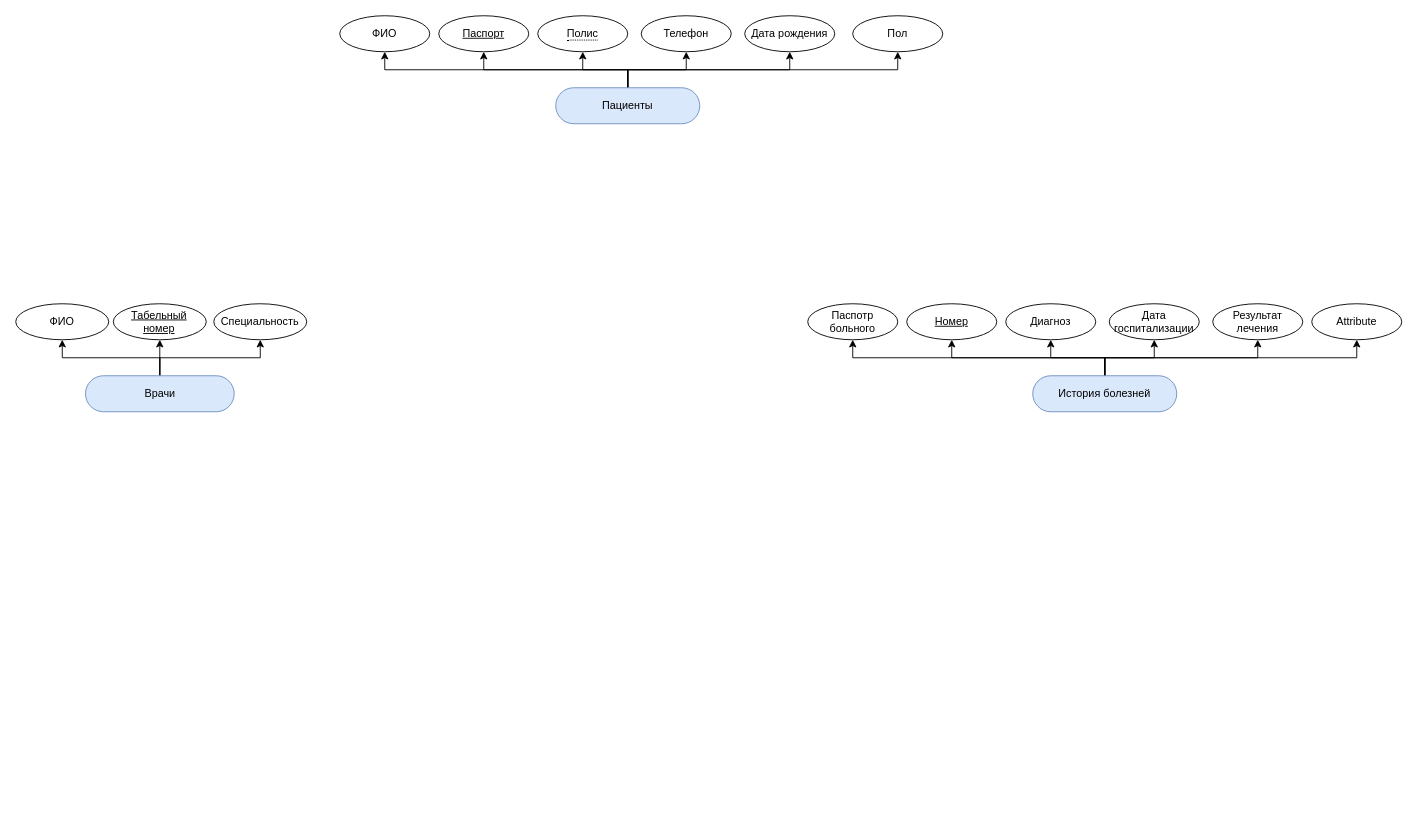
den-a-s/drawio-diagrams keeps this draw.io diagram as EntityRelation.drawio. Above is the earlier version. Source tidied: cells renumbered, new cells numbered last; positions are measured from the earlier drawing's top-left corner, leaving out a move shared by most shapes. Both pictures are drawn from the tidied source at 90%, with x=0, y=0 at pixel (15, 15).
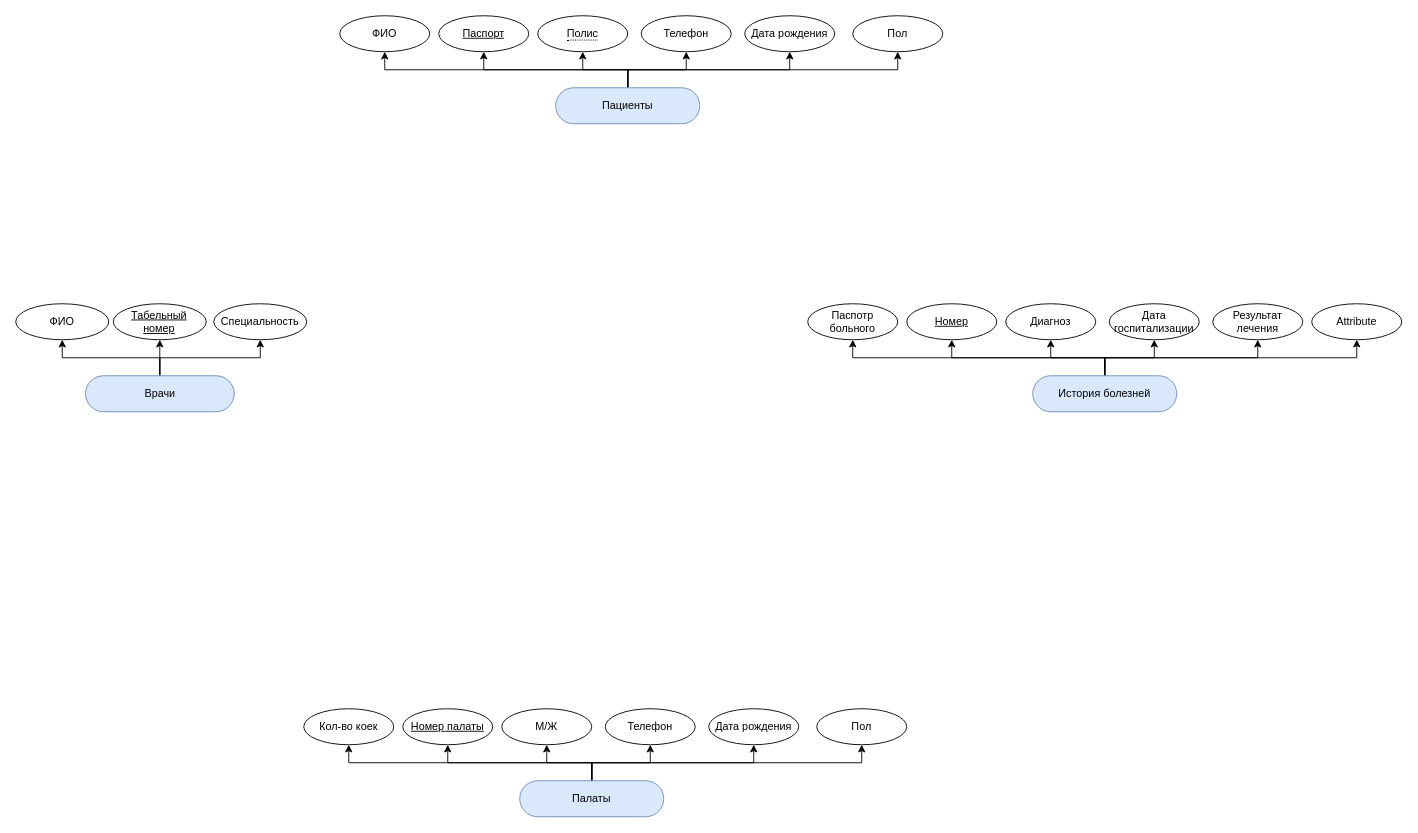
The same page after the edit.

Commit message:
Добавление нового отношения Палаты.

Change to the diagram source:
```diff
@@
+    <mxCell id="37" style="group;rounded=0;" parent="1" vertex="1">
+      <mxGeometry x="320" y="770" width="670" height="120" as="geometry" />
+    </mxCell>
+    <mxCell id="38" value="Номер палаты" style="ellipse;whiteSpace=wrap;html=1;align=center;fontStyle=4;" parent="37" vertex="1">
+      <mxGeometry x="110" width="100" height="40" as="geometry" />
+    </mxCell>
+    <mxCell id="39" value="Кол-во коек" style="ellipse;whiteSpace=wrap;html=1;align=center;" parent="37" vertex="1">
+      <mxGeometry width="100" height="40" as="geometry" />
+    </mxCell>
+    <mxCell id="40" value="Телефон" style="ellipse;whiteSpace=wrap;html=1;align=center;" parent="37" vertex="1">
+      <mxGeometry x="335" width="100" height="40" as="geometry" />
+    </mxCell>
+    <mxCell id="41" value="Дата рождения" style="ellipse;whiteSpace=wrap;html=1;align=center;" parent="37" vertex="1">
+      <mxGeometry x="450" width="100" height="40" as="geometry" />
+    </mxCell>
+    <mxCell id="42" style="edgeStyle=orthogonalEdgeStyle;rounded=0;jettySize=auto;html=1;entryX=0.5;entryY=1;entryDx=0;entryDy=0;exitX=0.5;exitY=0;exitDx=0;exitDy=0;" parent="37" edge="1" source="48" target="41">
+      <mxGeometry relative="1" as="geometry">
+        <Array as="points">
+          <mxPoint x="320" y="60" />
+          <mxPoint x="500" y="60" />
+        </Array>
+      </mxGeometry>
+    </mxCell>
+    <mxCell id="43" style="edgeStyle=orthogonalEdgeStyle;rounded=0;jettySize=auto;html=1;entryX=0.5;entryY=1;entryDx=0;entryDy=0;exitX=0.5;exitY=0;exitDx=0;exitDy=0;" parent="37" edge="1" source="48" target="40">
+      <mxGeometry relative="1" as="geometry">
+        <Array as="points">
+          <mxPoint x="320" y="60" />
+          <mxPoint x="385" y="60" />
+        </Array>
+      </mxGeometry>
+    </mxCell>
+    <mxCell id="44" style="edgeStyle=orthogonalEdgeStyle;rounded=0;jettySize=auto;html=1;entryX=0.5;entryY=1;entryDx=0;entryDy=0;exitX=0.5;exitY=0;exitDx=0;exitDy=0;" parent="37" edge="1" source="48" target="39">
+      <mxGeometry relative="1" as="geometry">
+        <Array as="points">
+          <mxPoint x="320" y="60" />
+          <mxPoint x="50" y="60" />
+        </Array>
+      </mxGeometry>
+    </mxCell>
+    <mxCell id="45" style="edgeStyle=orthogonalEdgeStyle;rounded=0;jettySize=auto;html=1;entryX=0.5;entryY=1;entryDx=0;entryDy=0;" parent="37" edge="1" source="48" target="38">
+      <mxGeometry relative="1" as="geometry">
+        <Array as="points">
+          <mxPoint x="320" y="60" />
+          <mxPoint x="160" y="60" />
+        </Array>
+      </mxGeometry>
+    </mxCell>
+    <mxCell id="46" style="edgeStyle=orthogonalEdgeStyle;rounded=0;jettySize=auto;html=1;entryX=0.5;entryY=1;entryDx=0;entryDy=0;exitX=0.5;exitY=0;exitDx=0;exitDy=0;" parent="37" edge="1" source="48" target="49">
+      <mxGeometry relative="1" as="geometry" />
+    </mxCell>
+    <mxCell id="47" style="edgeStyle=orthogonalEdgeStyle;rounded=0;jettySize=auto;html=1;entryX=0.5;entryY=1;entryDx=0;entryDy=0;" parent="37" edge="1" source="48" target="50">
+      <mxGeometry relative="1" as="geometry" />
+    </mxCell>
+    <mxCell id="48" value="&lt;div&gt;Палаты&lt;/div&gt;" style="whiteSpace=wrap;html=1;align=center;fillColor=#dae8fc;strokeColor=#6c8ebf;rounded=1;arcSize=50;" parent="37" vertex="1">
+      <mxGeometry x="240" y="80" width="160" height="40" as="geometry" />
+    </mxCell>
+    <mxCell id="49" value="&lt;div&gt;Пол&lt;/div&gt;" style="ellipse;whiteSpace=wrap;html=1;align=center;rounded=1;" parent="37" vertex="1">
+      <mxGeometry x="570" width="100" height="40" as="geometry" />
+    </mxCell>
+    <mxCell id="50" value="М/Ж" style="ellipse;whiteSpace=wrap;html=1;align=center;rounded=1;" parent="37" vertex="1">
+      <mxGeometry x="220" width="100" height="40" as="geometry" />
+    </mxCell>
```
